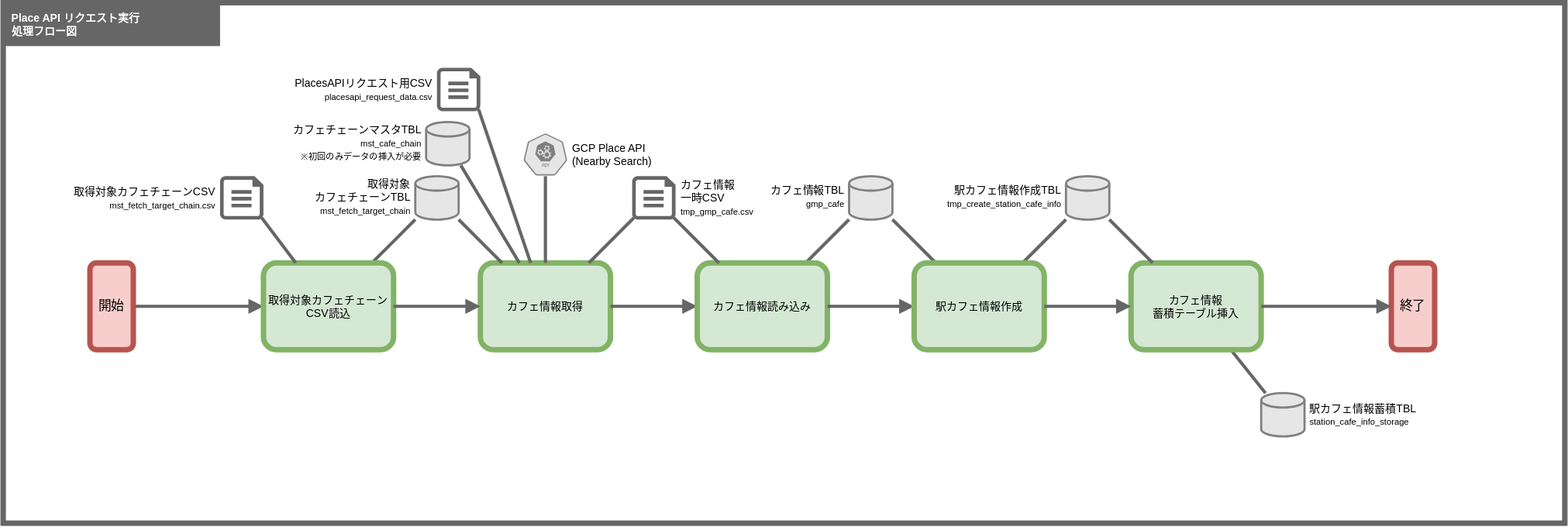
Above: doc/201_設計/01510202_PlacesAPIリクエスト実行_処理フロー図.drawio.svg in take4bcreators/cafe-train-prj (draw.io), before the change. Source tidied: cells renumbered, new cells last; positions are measured from the earlier drawing's top-left corner, leaving out a move shared by most shapes.
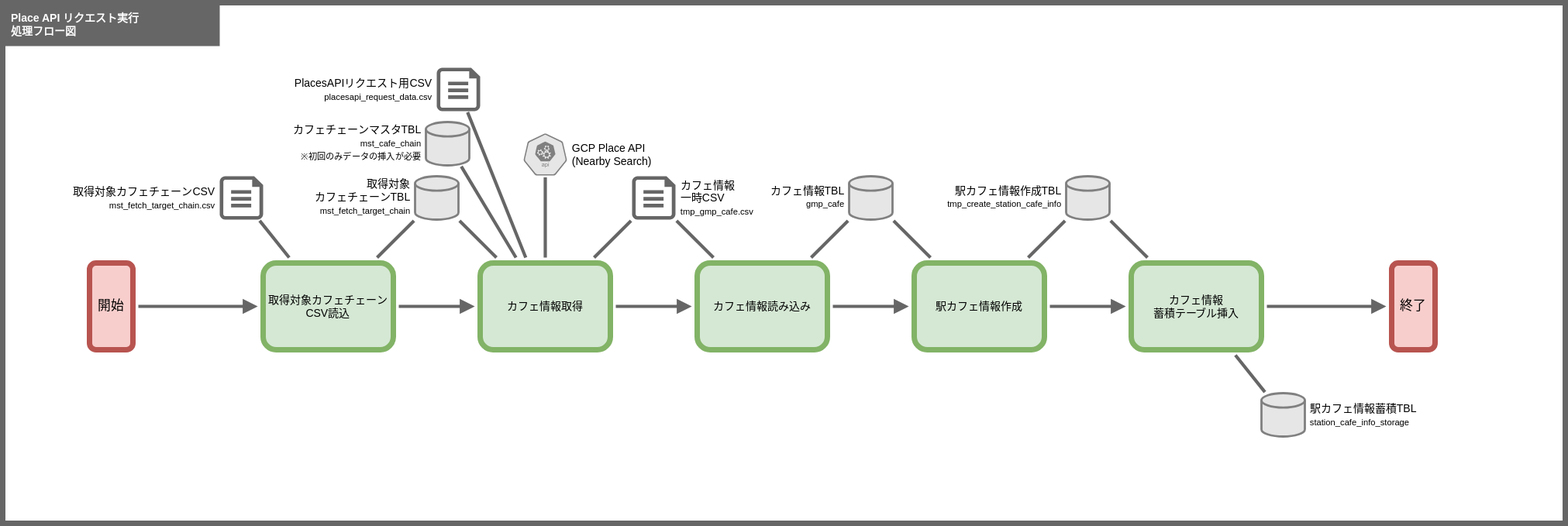
The same file after the commit.

What changed in the source:
```diff
@@ -6,22 +6,22 @@
       <mxGeometry width="1440" height="480" as="geometry" />
     </mxCell>
     <mxCell id="3" value="メイン" parent="0" />
-    <mxCell id="4" value="カフェ情報取得" style="rounded=1;whiteSpace=wrap;html=1;fillColor=#d5e8d4;strokeColor=#82b366;strokeWidth=5;fontSize=10;" parent="3" vertex="1">
+    <mxCell id="4" value="カフェ情報取得" style="rounded=1;whiteSpace=wrap;html=1;fillColor=#d5e8d4;strokeColor=#82b366;strokeWidth=5;fontSize=10;perimeterSpacing=5;" parent="3" vertex="1">
       <mxGeometry x="440" y="240" width="120" height="80" as="geometry" />
     </mxCell>
     <mxCell id="5" style="edgeStyle=none;html=1;endArrow=block;endFill=1;strokeColor=#666666;strokeWidth=3;" parent="3" edge="1" source="6" target="27">
       <mxGeometry relative="1" as="geometry" />
     </mxCell>
-    <mxCell id="6" value="開始" style="rounded=1;whiteSpace=wrap;html=1;fillColor=#f8cecc;strokeColor=#b85450;strokeWidth=5;" parent="3" vertex="1">
+    <mxCell id="6" value="開始" style="rounded=1;whiteSpace=wrap;html=1;fillColor=#f8cecc;strokeColor=#b85450;strokeWidth=5;perimeterSpacing=5;" parent="3" vertex="1">
       <mxGeometry x="80" y="240" width="40" height="80" as="geometry" />
     </mxCell>
-    <mxCell id="7" style="edgeStyle=none;shape=connector;rounded=1;html=1;exitX=0.96;exitY=0.96;exitDx=0;exitDy=0;exitPerimeter=0;labelBackgroundColor=default;fontFamily=Helvetica;fontSize=11;fontColor=default;endArrow=none;endFill=0;strokeColor=#666666;strokeWidth=3;" parent="3" edge="1" source="8" target="4">
+    <mxCell id="7" style="edgeStyle=none;shape=connector;rounded=1;html=1;labelBackgroundColor=default;fontFamily=Helvetica;fontSize=11;fontColor=default;endArrow=none;endFill=0;strokeColor=#666666;strokeWidth=3;" parent="3" edge="1" source="8" target="4">
       <mxGeometry relative="1" as="geometry" />
     </mxCell>
-    <mxCell id="8" value="&lt;div style=&quot;text-align: left&quot;&gt;PlacesAPIリクエスト用CSV&lt;/div&gt;&lt;font style=&quot;text-align: left ; font-size: 8px&quot;&gt;placesapi_request_data.csv&lt;/font&gt;" style="verticalLabelPosition=middle;html=1;verticalAlign=middle;align=right;strokeColor=none;fillColor=#666666;shape=mxgraph.azure.cloud_services_configuration_file;labelPosition=left;spacingLeft=3;fontSize=10;spacingRight=3;" parent="3" vertex="1">
+    <mxCell id="8" value="&lt;div style=&quot;text-align: left&quot;&gt;PlacesAPIリクエスト用CSV&lt;/div&gt;&lt;font style=&quot;text-align: left ; font-size: 8px&quot;&gt;placesapi_request_data.csv&lt;/font&gt;" style="verticalLabelPosition=middle;html=1;verticalAlign=middle;align=right;strokeColor=none;fillColor=#666666;shape=mxgraph.azure.cloud_services_configuration_file;labelPosition=left;spacingLeft=3;fontSize=10;spacingRight=3;perimeterSpacing=1;" parent="3" vertex="1">
       <mxGeometry x="400" y="60" width="40" height="40" as="geometry" />
     </mxCell>
-    <mxCell id="9" style="edgeStyle=none;shape=connector;rounded=1;html=1;entryX=0.04;entryY=0.96;entryDx=0;entryDy=0;entryPerimeter=0;labelBackgroundColor=default;fontFamily=Helvetica;fontSize=10;fontColor=default;endArrow=none;endFill=0;strokeColor=#666666;strokeWidth=3;" parent="3" edge="1" source="4" target="14">
+    <mxCell id="9" style="edgeStyle=none;shape=connector;rounded=1;html=1;labelBackgroundColor=default;fontFamily=Helvetica;fontSize=10;fontColor=default;endArrow=none;endFill=0;strokeColor=#666666;strokeWidth=3;" parent="3" edge="1" source="4" target="14">
       <mxGeometry relative="1" as="geometry" />
     </mxCell>
     <mxCell id="10" style="edgeStyle=none;shape=connector;rounded=1;html=1;labelBackgroundColor=default;fontFamily=Helvetica;fontSize=10;fontColor=default;endArrow=block;endFill=1;strokeColor=#666666;strokeWidth=3;" parent="3" edge="1" source="4" target="12">
@@ -30,25 +30,25 @@
     <mxCell id="11" style="edgeStyle=none;shape=connector;rounded=1;html=1;labelBackgroundColor=default;fontFamily=Helvetica;fontSize=11;fontColor=default;endArrow=none;endFill=0;strokeColor=#666666;strokeWidth=3;" parent="3" edge="1" source="12" target="18">
       <mxGeometry relative="1" as="geometry" />
     </mxCell>
-    <mxCell id="12" value="カフェ情報読み込み" style="rounded=1;whiteSpace=wrap;html=1;fillColor=#d5e8d4;strokeColor=#82b366;strokeWidth=5;fontSize=10;" parent="3" vertex="1">
+    <mxCell id="12" value="カフェ情報読み込み" style="rounded=1;whiteSpace=wrap;html=1;fillColor=#d5e8d4;strokeColor=#82b366;strokeWidth=5;fontSize=10;perimeterSpacing=5;" parent="3" vertex="1">
       <mxGeometry x="640" y="240" width="120" height="80" as="geometry" />
     </mxCell>
-    <mxCell id="13" style="edgeStyle=none;shape=connector;rounded=1;html=1;exitX=0.96;exitY=0.96;exitDx=0;exitDy=0;exitPerimeter=0;labelBackgroundColor=default;fontFamily=Helvetica;fontSize=11;fontColor=default;endArrow=none;endFill=0;strokeColor=#666666;strokeWidth=3;" parent="3" edge="1" source="14" target="12">
+    <mxCell id="13" style="edgeStyle=none;shape=connector;rounded=1;html=1;labelBackgroundColor=default;fontFamily=Helvetica;fontSize=11;fontColor=default;endArrow=none;endFill=0;strokeColor=#666666;strokeWidth=3;" parent="3" edge="1" source="14" target="12">
       <mxGeometry relative="1" as="geometry" />
     </mxCell>
-    <mxCell id="14" value="&lt;div style=&quot;&quot;&gt;&lt;span&gt;カフェ情報&lt;/span&gt;&lt;/div&gt;&lt;div style=&quot;&quot;&gt;&lt;span&gt;一時CSV&lt;/span&gt;&lt;/div&gt;&lt;font style=&quot;font-size: 8px;&quot;&gt;tmp_gmp_cafe.csv&lt;/font&gt;" style="verticalLabelPosition=middle;html=1;verticalAlign=middle;align=left;strokeColor=none;fillColor=#666666;shape=mxgraph.azure.cloud_services_configuration_file;labelPosition=right;spacingLeft=3;fontSize=10;spacingRight=3;" parent="3" vertex="1">
+    <mxCell id="14" value="&lt;div style=&quot;&quot;&gt;&lt;span&gt;カフェ情報&lt;/span&gt;&lt;/div&gt;&lt;div style=&quot;&quot;&gt;&lt;span&gt;一時CSV&lt;/span&gt;&lt;/div&gt;&lt;font style=&quot;font-size: 8px;&quot;&gt;tmp_gmp_cafe.csv&lt;/font&gt;" style="verticalLabelPosition=middle;html=1;verticalAlign=middle;align=left;strokeColor=none;fillColor=#666666;shape=mxgraph.azure.cloud_services_configuration_file;labelPosition=right;spacingLeft=3;fontSize=10;spacingRight=3;perimeterSpacing=1;" parent="3" vertex="1">
       <mxGeometry x="580" y="160" width="40" height="40" as="geometry" />
     </mxCell>
     <mxCell id="15" value="Place API リクエスト実行&lt;br&gt;処理フロー図" style="rounded=0;whiteSpace=wrap;html=1;fillColor=#666666;strokeColor=none;strokeWidth=5;fontSize=10;fontColor=#FFFFFF;align=left;spacingLeft=6;spacingRight=6;fontStyle=1;" parent="3" vertex="1">
       <mxGeometry width="200" height="40" as="geometry" />
     </mxCell>
-    <mxCell id="16" style="edgeStyle=none;shape=connector;rounded=1;html=1;exitX=0.5;exitY=1;exitDx=0;exitDy=0;exitPerimeter=0;labelBackgroundColor=default;fontFamily=Helvetica;fontSize=11;fontColor=default;endArrow=none;endFill=0;strokeColor=#666666;strokeWidth=3;" parent="3" edge="1" source="17" target="4">
+    <mxCell id="16" style="edgeStyle=none;shape=connector;rounded=1;html=1;labelBackgroundColor=default;fontFamily=Helvetica;fontSize=11;fontColor=default;endArrow=none;endFill=0;strokeColor=#666666;strokeWidth=3;" parent="3" edge="1" source="17" target="4">
       <mxGeometry relative="1" as="geometry" />
     </mxCell>
-    <mxCell id="17" value="&lt;font style=&quot;font-size: 10px&quot;&gt;GCP Place API&lt;br&gt;(Nearby Search)&lt;br&gt;&lt;/font&gt;" style="sketch=0;html=1;dashed=0;whitespace=wrap;fillColor=#E6E6E6;strokeColor=#808080;points=[[0.005,0.63,0],[0.1,0.2,0],[0.9,0.2,0],[0.5,0,0],[0.995,0.63,0],[0.72,0.99,0],[0.5,1,0],[0.28,0.99,0]];shape=mxgraph.kubernetes.icon;prIcon=api;fontFamily=Helvetica;fontSize=8;fontColor=default;spacingLeft=3;labelPosition=right;verticalLabelPosition=middle;align=left;verticalAlign=middle;spacingRight=3;strokeWidth=3;" parent="3" vertex="1">
+    <mxCell id="17" value="&lt;font style=&quot;font-size: 10px&quot;&gt;GCP Place API&lt;br&gt;(Nearby Search)&lt;br&gt;&lt;/font&gt;" style="sketch=0;html=1;dashed=0;whitespace=wrap;fillColor=#E6E6E6;strokeColor=#808080;points=[[0.005,0.63,0],[0.1,0.2,0],[0.9,0.2,0],[0.5,0,0],[0.995,0.63,0],[0.72,0.99,0],[0.5,1,0],[0.28,0.99,0]];shape=mxgraph.kubernetes.icon;prIcon=api;fontFamily=Helvetica;fontSize=8;fontColor=default;spacingLeft=3;labelPosition=right;verticalLabelPosition=middle;align=left;verticalAlign=middle;spacingRight=3;strokeWidth=3;perimeterSpacing=1;" parent="3" vertex="1">
       <mxGeometry x="480" y="120" width="40" height="40" as="geometry" />
     </mxCell>
-    <mxCell id="18" value="&lt;span style=&quot;text-align: left&quot;&gt;カフェ情報TBL&lt;/span&gt;&lt;br style=&quot;text-align: left&quot;&gt;&lt;font style=&quot;text-align: left ; font-size: 8px&quot;&gt;gmp_cafe&lt;/font&gt;" style="strokeWidth=2;html=1;shape=mxgraph.flowchart.database;fontFamily=Helvetica;fontSize=10;fontColor=default;fillColor=#E6E6E6;labelPosition=left;verticalLabelPosition=middle;align=right;verticalAlign=middle;spacingRight=3;perimeterSpacing=0;spacingLeft=3;strokeColor=#808080;spacingTop=0;spacingBottom=3;" parent="3" vertex="1">
+    <mxCell id="18" value="&lt;span style=&quot;text-align: left&quot;&gt;カフェ情報TBL&lt;/span&gt;&lt;br style=&quot;text-align: left&quot;&gt;&lt;font style=&quot;text-align: left ; font-size: 8px&quot;&gt;gmp_cafe&lt;/font&gt;" style="strokeWidth=2;html=1;shape=mxgraph.flowchart.database;fontFamily=Helvetica;fontSize=10;fontColor=default;fillColor=#E6E6E6;labelPosition=left;verticalLabelPosition=middle;align=right;verticalAlign=middle;spacingRight=3;perimeterSpacing=1;spacingLeft=3;strokeColor=#808080;spacingTop=0;spacingBottom=3;" parent="3" vertex="1">
       <mxGeometry x="780" y="160" width="40" height="40" as="geometry" />
     </mxCell>
     <mxCell id="19" style="edgeStyle=none;shape=connector;rounded=1;html=1;labelBackgroundColor=default;fontFamily=Helvetica;fontSize=10;fontColor=default;endArrow=none;endFill=0;strokeColor=#666666;strokeWidth=3;" parent="3" edge="1" source="18" target="36">
@@ -57,16 +57,16 @@
     <mxCell id="20" style="edgeStyle=none;shape=connector;rounded=1;html=1;labelBackgroundColor=default;fontFamily=Helvetica;fontSize=11;fontColor=default;endArrow=none;endFill=0;strokeColor=#666666;strokeWidth=3;" parent="3" edge="1" source="21" target="22">
       <mxGeometry relative="1" as="geometry" />
     </mxCell>
-    <mxCell id="21" value="カフェ情報&lt;br&gt;蓄積テーブル挿入" style="rounded=1;whiteSpace=wrap;html=1;fillColor=#d5e8d4;strokeColor=#82b366;strokeWidth=5;fontSize=10;" parent="3" vertex="1">
+    <mxCell id="21" value="カフェ情報&lt;br&gt;蓄積テーブル挿入" style="rounded=1;whiteSpace=wrap;html=1;fillColor=#d5e8d4;strokeColor=#82b366;strokeWidth=5;fontSize=10;perimeterSpacing=5;" parent="3" vertex="1">
       <mxGeometry x="1040" y="240" width="120" height="80" as="geometry" />
     </mxCell>
-    <mxCell id="22" value="駅カフェ情報蓄積TBL&lt;br style=&quot;font-size: 10px&quot;&gt;&lt;font style=&quot;font-size: 8px&quot;&gt;station_cafe_info_storage&lt;/font&gt;" style="strokeWidth=2;html=1;shape=mxgraph.flowchart.database;fontFamily=Helvetica;fontSize=10;fontColor=default;fillColor=#E6E6E6;labelPosition=right;verticalLabelPosition=middle;align=left;verticalAlign=middle;spacingRight=3;perimeterSpacing=0;spacingLeft=3;strokeColor=#808080;" parent="3" vertex="1">
+    <mxCell id="22" value="駅カフェ情報蓄積TBL&lt;br style=&quot;font-size: 10px&quot;&gt;&lt;font style=&quot;font-size: 8px&quot;&gt;station_cafe_info_storage&lt;/font&gt;" style="strokeWidth=2;html=1;shape=mxgraph.flowchart.database;fontFamily=Helvetica;fontSize=10;fontColor=default;fillColor=#E6E6E6;labelPosition=right;verticalLabelPosition=middle;align=left;verticalAlign=middle;spacingRight=3;perimeterSpacing=1;spacingLeft=3;strokeColor=#808080;" parent="3" vertex="1">
       <mxGeometry x="1160" y="360" width="40" height="40" as="geometry" />
     </mxCell>
     <mxCell id="23" style="edgeStyle=none;shape=connector;rounded=1;html=1;labelBackgroundColor=default;fontFamily=Helvetica;fontSize=10;fontColor=default;endArrow=block;endFill=1;strokeColor=#666666;strokeWidth=3;" parent="3" edge="1" source="12" target="36">
       <mxGeometry relative="1" as="geometry" />
     </mxCell>
-    <mxCell id="24" value="終了" style="rounded=1;whiteSpace=wrap;html=1;fillColor=#f8cecc;strokeColor=#b85450;strokeWidth=5;" parent="3" vertex="1">
+    <mxCell id="24" value="終了" style="rounded=1;whiteSpace=wrap;html=1;fillColor=#f8cecc;strokeColor=#b85450;strokeWidth=5;perimeterSpacing=5;" parent="3" vertex="1">
       <mxGeometry x="1280" y="240" width="40" height="80" as="geometry" />
     </mxCell>
     <mxCell id="25" style="edgeStyle=none;shape=connector;rounded=1;html=1;labelBackgroundColor=default;fontFamily=Helvetica;fontSize=10;fontColor=default;endArrow=block;endFill=1;strokeColor=#666666;strokeWidth=3;" parent="3" edge="1" source="21" target="24">
@@ -75,40 +75,40 @@
     <mxCell id="26" style="edgeStyle=none;shape=connector;rounded=1;html=1;labelBackgroundColor=default;fontFamily=Helvetica;fontSize=11;fontColor=default;endArrow=none;endFill=0;strokeColor=#666666;strokeWidth=3;" parent="3" edge="1" source="27" target="32">
       <mxGeometry relative="1" as="geometry" />
     </mxCell>
-    <mxCell id="27" value="取得対象カフェチェーンCSV読込" style="rounded=1;whiteSpace=wrap;html=1;fillColor=#d5e8d4;strokeColor=#82b366;strokeWidth=5;fontSize=10;" parent="3" vertex="1">
+    <mxCell id="27" value="取得対象カフェチェーンCSV読込" style="rounded=1;whiteSpace=wrap;html=1;fillColor=#d5e8d4;strokeColor=#82b366;strokeWidth=5;fontSize=10;perimeterSpacing=5;" parent="3" vertex="1">
       <mxGeometry x="240" y="240" width="120" height="80" as="geometry" />
     </mxCell>
     <mxCell id="28" style="edgeStyle=none;html=1;endArrow=block;endFill=1;strokeColor=#666666;strokeWidth=3;" parent="3" edge="1" source="27" target="4">
       <mxGeometry relative="1" as="geometry" />
     </mxCell>
-    <mxCell id="29" style="edgeStyle=none;shape=connector;rounded=1;html=1;exitX=0.96;exitY=0.96;exitDx=0;exitDy=0;exitPerimeter=0;labelBackgroundColor=default;fontFamily=Helvetica;fontSize=11;fontColor=default;endArrow=none;endFill=0;strokeColor=#666666;strokeWidth=3;" parent="3" edge="1" source="30" target="27">
+    <mxCell id="29" style="edgeStyle=none;shape=connector;rounded=1;html=1;labelBackgroundColor=default;fontFamily=Helvetica;fontSize=11;fontColor=default;endArrow=none;endFill=0;strokeColor=#666666;strokeWidth=3;" parent="3" edge="1" source="30" target="27">
       <mxGeometry relative="1" as="geometry" />
     </mxCell>
-    <mxCell id="30" value="&lt;div style=&quot;text-align: left&quot;&gt;取得対象カフェチェーンCSV&lt;/div&gt;&lt;font style=&quot;text-align: left ; font-size: 8px&quot;&gt;mst_fetch_target_chain.csv&lt;/font&gt;" style="verticalLabelPosition=middle;html=1;verticalAlign=middle;align=right;strokeColor=none;fillColor=#666666;shape=mxgraph.azure.cloud_services_configuration_file;labelPosition=left;spacingLeft=3;fontSize=10;spacingRight=3;" parent="3" vertex="1">
+    <mxCell id="30" value="&lt;div style=&quot;text-align: left&quot;&gt;取得対象カフェチェーンCSV&lt;/div&gt;&lt;font style=&quot;text-align: left ; font-size: 8px&quot;&gt;mst_fetch_target_chain.csv&lt;/font&gt;" style="verticalLabelPosition=middle;html=1;verticalAlign=middle;align=right;strokeColor=none;fillColor=#666666;shape=mxgraph.azure.cloud_services_configuration_file;labelPosition=left;spacingLeft=3;fontSize=10;spacingRight=3;perimeterSpacing=1;" parent="3" vertex="1">
       <mxGeometry x="200" y="160" width="40" height="40" as="geometry" />
     </mxCell>
     <mxCell id="31" style="edgeStyle=none;shape=connector;rounded=1;html=1;labelBackgroundColor=default;fontFamily=Helvetica;fontSize=11;fontColor=default;endArrow=none;endFill=0;strokeColor=#666666;strokeWidth=3;" parent="3" edge="1" source="32" target="4">
       <mxGeometry relative="1" as="geometry" />
     </mxCell>
-    <mxCell id="32" value="&lt;span&gt;取得対象&lt;br&gt;カフェチェーンTBL&lt;/span&gt;&lt;br&gt;&lt;div&gt;&lt;span style=&quot;font-size: 8px&quot;&gt;mst_fetch_target_chain&lt;/span&gt;&lt;/div&gt;" style="strokeWidth=2;html=1;shape=mxgraph.flowchart.database;fontFamily=Helvetica;fontSize=10;fontColor=default;fillColor=#E6E6E6;labelPosition=left;verticalLabelPosition=middle;align=right;verticalAlign=middle;spacingRight=3;perimeterSpacing=0;spacingLeft=3;strokeColor=#808080;spacingTop=0;spacingBottom=3;" parent="3" vertex="1">
+    <mxCell id="32" value="&lt;span&gt;取得対象&lt;br&gt;カフェチェーンTBL&lt;/span&gt;&lt;br&gt;&lt;div&gt;&lt;span style=&quot;font-size: 8px&quot;&gt;mst_fetch_target_chain&lt;/span&gt;&lt;/div&gt;" style="strokeWidth=2;html=1;shape=mxgraph.flowchart.database;fontFamily=Helvetica;fontSize=10;fontColor=default;fillColor=#E6E6E6;labelPosition=left;verticalLabelPosition=middle;align=right;verticalAlign=middle;spacingRight=3;perimeterSpacing=1;spacingLeft=3;strokeColor=#808080;spacingTop=0;spacingBottom=3;" parent="3" vertex="1">
       <mxGeometry x="380" y="160" width="40" height="40" as="geometry" />
     </mxCell>
     <mxCell id="33" style="edgeStyle=none;shape=connector;rounded=1;html=1;labelBackgroundColor=default;fontFamily=Helvetica;fontSize=11;fontColor=default;endArrow=none;endFill=0;strokeColor=#666666;strokeWidth=3;" parent="3" edge="1" source="34" target="4">
       <mxGeometry relative="1" as="geometry" />
     </mxCell>
-    <mxCell id="34" value="&lt;span style=&quot;text-align: left&quot;&gt;カフェチェーンマスタTBL&lt;/span&gt;&lt;br style=&quot;text-align: left&quot;&gt;&lt;span style=&quot;font-size: 8px ; text-align: left&quot;&gt;mst_cafe_chain&lt;br&gt;※初回のみデータの挿入が必要&lt;br&gt;&lt;/span&gt;" style="strokeWidth=2;html=1;shape=mxgraph.flowchart.database;fontFamily=Helvetica;fontSize=10;fontColor=default;fillColor=#E6E6E6;labelPosition=left;verticalLabelPosition=middle;align=right;verticalAlign=middle;spacingRight=3;perimeterSpacing=0;spacingLeft=3;strokeColor=#808080;spacingTop=0;spacingBottom=3;" parent="3" vertex="1">
+    <mxCell id="34" value="&lt;span style=&quot;text-align: left&quot;&gt;カフェチェーンマスタTBL&lt;/span&gt;&lt;br style=&quot;text-align: left&quot;&gt;&lt;span style=&quot;font-size: 8px ; text-align: left&quot;&gt;mst_cafe_chain&lt;br&gt;※初回のみデータの挿入が必要&lt;br&gt;&lt;/span&gt;" style="strokeWidth=2;html=1;shape=mxgraph.flowchart.database;fontFamily=Helvetica;fontSize=10;fontColor=default;fillColor=#E6E6E6;labelPosition=left;verticalLabelPosition=middle;align=right;verticalAlign=middle;spacingRight=3;perimeterSpacing=1;spacingLeft=3;strokeColor=#808080;spacingTop=0;spacingBottom=3;" parent="3" vertex="1">
       <mxGeometry x="390" y="110" width="40" height="40" as="geometry" />
     </mxCell>
     <mxCell id="35" style="edgeStyle=none;shape=connector;rounded=1;html=1;labelBackgroundColor=default;fontFamily=Helvetica;fontSize=11;fontColor=default;endArrow=none;endFill=0;strokeColor=#666666;strokeWidth=3;" parent="3" edge="1" source="36" target="38">
       <mxGeometry relative="1" as="geometry" />
     </mxCell>
-    <mxCell id="36" value="駅カフェ情報作成" style="rounded=1;whiteSpace=wrap;html=1;fillColor=#d5e8d4;strokeColor=#82b366;strokeWidth=5;fontSize=10;" parent="3" vertex="1">
+    <mxCell id="36" value="駅カフェ情報作成" style="rounded=1;whiteSpace=wrap;html=1;fillColor=#d5e8d4;strokeColor=#82b366;strokeWidth=5;fontSize=10;perimeterSpacing=5;" parent="3" vertex="1">
       <mxGeometry x="840" y="240" width="120" height="80" as="geometry" />
     </mxCell>
     <mxCell id="37" style="edgeStyle=none;shape=connector;rounded=1;html=1;labelBackgroundColor=default;fontFamily=Helvetica;fontSize=11;fontColor=default;endArrow=none;endFill=0;strokeColor=#666666;strokeWidth=3;" parent="3" edge="1" source="38" target="21">
       <mxGeometry relative="1" as="geometry" />
     </mxCell>
-    <mxCell id="38" value="&lt;span style=&quot;text-align: left&quot;&gt;駅カフェ情報作成TBL&lt;/span&gt;&lt;br style=&quot;text-align: left&quot;&gt;&lt;font style=&quot;text-align: left ; font-size: 8px&quot;&gt;tmp_create_station_cafe_info&lt;/font&gt;" style="strokeWidth=2;html=1;shape=mxgraph.flowchart.database;fontFamily=Helvetica;fontSize=10;fontColor=default;fillColor=#E6E6E6;labelPosition=left;verticalLabelPosition=middle;align=right;verticalAlign=middle;spacingRight=3;perimeterSpacing=0;spacingLeft=3;strokeColor=#808080;spacingTop=0;spacingBottom=3;" parent="3" vertex="1">
+    <mxCell id="38" value="&lt;span style=&quot;text-align: left&quot;&gt;駅カフェ情報作成TBL&lt;/span&gt;&lt;br style=&quot;text-align: left&quot;&gt;&lt;font style=&quot;text-align: left ; font-size: 8px&quot;&gt;tmp_create_station_cafe_info&lt;/font&gt;" style="strokeWidth=2;html=1;shape=mxgraph.flowchart.database;fontFamily=Helvetica;fontSize=10;fontColor=default;fillColor=#E6E6E6;labelPosition=left;verticalLabelPosition=middle;align=right;verticalAlign=middle;spacingRight=3;perimeterSpacing=1;spacingLeft=3;strokeColor=#808080;spacingTop=0;spacingBottom=3;" parent="3" vertex="1">
       <mxGeometry x="980" y="160" width="40" height="40" as="geometry" />
     </mxCell>
     <mxCell id="39" style="edgeStyle=none;shape=connector;rounded=1;html=1;labelBackgroundColor=default;fontFamily=Helvetica;fontSize=10;fontColor=default;endArrow=block;endFill=1;strokeColor=#666666;strokeWidth=3;" parent="3" edge="1" source="36" target="21">
```
